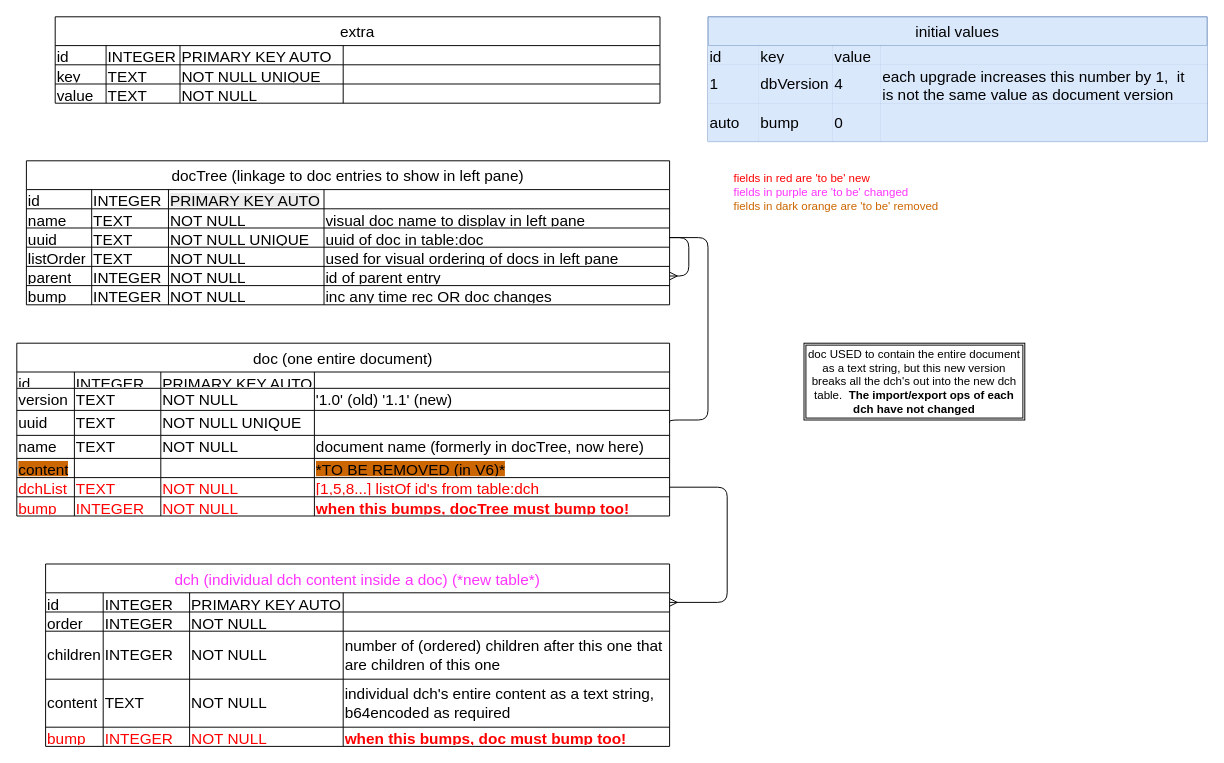
Malendryn/JotLiner keeps this draw.io diagram as extra/docs/Database_backend-V0004-now.drawio. Above is the earlier version. Source tidied: cells renumbered, new cells numbered last; positions are measured from the earlier drawing's top-left corner, leaving out a move shared by most shapes. Both pictures are drawn from the tidied source at 96%, with x=0, y=0 at pixel (16, 16).
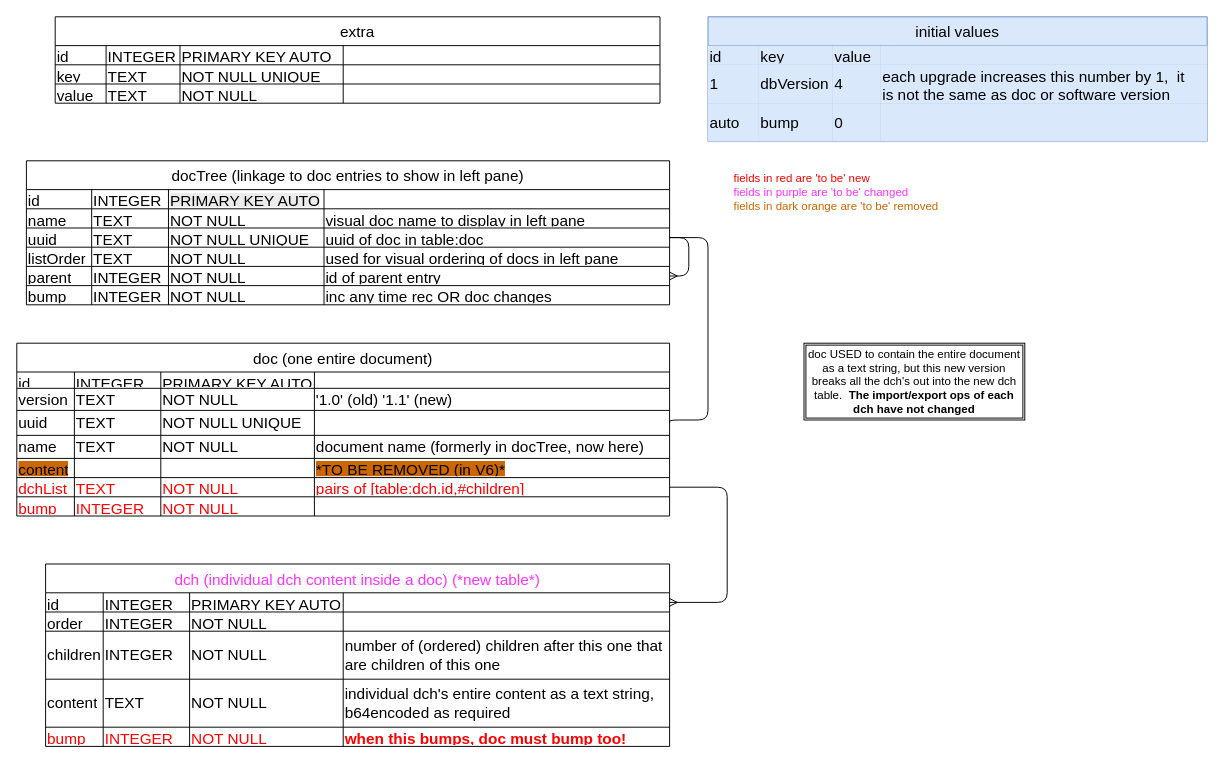
After the change.

Unchanged cells that the change refers to:
```xml
<mxCell id="44" style="shape=tableRow;horizontal=0;startSize=0;swimlaneHead=0;swimlaneBody=0;strokeColor=inherit;top=0;left=0;bottom=0;right=0;fillColor=none;points=[[0,0.5],[1,0.5]];portConstraint=eastwest;fontSize=16;align=left;" parent="18" vertex="1">
  <mxGeometry y="140" width="680" height="20" as="geometry" />
</mxCell>
<mxCell id="49" style="shape=tableRow;horizontal=0;startSize=0;swimlaneHead=0;swimlaneBody=0;strokeColor=inherit;top=0;left=0;bottom=0;right=0;fillColor=none;fontSize=16;align=left;" parent="18" vertex="1">
  <mxGeometry y="160" width="680" height="20" as="geometry" />
</mxCell>
<mxCell id="92" style="shape=tableRow;horizontal=0;startSize=0;swimlaneHead=0;swimlaneBody=0;strokeColor=inherit;top=0;left=0;bottom=0;right=0;fillColor=none;fontSize=16;align=left;" parent="86" vertex="1">
  <mxGeometry y="50" width="520" height="40" as="geometry" />
</mxCell>
```

What changed in the source:
```diff
@@
-    <mxCell id="48" value="[1,5,8...] listOf id's from table:dch" style="shape=partialRectangle;html=1;strokeColor=inherit;overflow=hidden;fillColor=none;top=0;left=0;bottom=0;right=0;fontSize=16;align=left;fontColor=#FF0000;" parent="44" vertex="1">
+    <mxCell id="48" value="pairs of [table:dch.id,#children]" style="shape=partialRectangle;html=1;strokeColor=inherit;overflow=hidden;fillColor=none;top=0;left=0;bottom=0;right=0;fontSize=16;align=left;fontColor=#FF0000;" parent="44" vertex="1">
       <mxGeometry x="310" width="370" height="20" as="geometry" />
     </mxCell>
@@
-    <mxCell id="53" value="&lt;b&gt;when this bumps, docTree must bump too!&lt;/b&gt;" style="shape=partialRectangle;html=1;strokeColor=inherit;overflow=hidden;fillColor=none;top=0;left=0;bottom=0;right=0;fontSize=16;align=left;fontColor=#FF0000;" parent="49" vertex="1">
+    <mxCell id="53" style="shape=partialRectangle;html=1;strokeColor=inherit;overflow=hidden;fillColor=none;top=0;left=0;bottom=0;right=0;fontSize=16;align=left;fontColor=#FF0000;" parent="49" vertex="1">
       <mxGeometry x="310" width="370" height="20" as="geometry" />
     </mxCell>
@@
-    <mxCell id="96" value="each upgrade increases this number by 1,&amp;nbsp; it is&amp;nbsp;&lt;span style=&quot;background-color: transparent; color: light-dark(rgb(0, 0, 0), rgb(255, 255, 255));&quot;&gt;not the same value as document version&lt;/span&gt;&lt;div&gt;&lt;br&gt;&lt;/div&gt;" style="shape=partialRectangle;html=1;strokeColor=#6c8ebf;overflow=hidden;fillColor=#dae8fc;top=0;left=0;bottom=0;right=0;fontSize=16;align=left;whiteSpace=wrap;" parent="92" vertex="1">
+    <mxCell id="96" value="each upgrade increases this number by 1,&amp;nbsp; it is&amp;nbsp;&lt;span style=&quot;background-color: transparent; color: light-dark(rgb(0, 0, 0), rgb(255, 255, 255));&quot;&gt;not the same as doc or software version&lt;/span&gt;&lt;div&gt;&lt;br&gt;&lt;/div&gt;" style="shape=partialRectangle;html=1;strokeColor=#6c8ebf;overflow=hidden;fillColor=#dae8fc;top=0;left=0;bottom=0;right=0;fontSize=16;align=left;whiteSpace=wrap;" parent="92" vertex="1">
       <mxGeometry x="180" width="340" height="40" as="geometry" />
     </mxCell>
```
